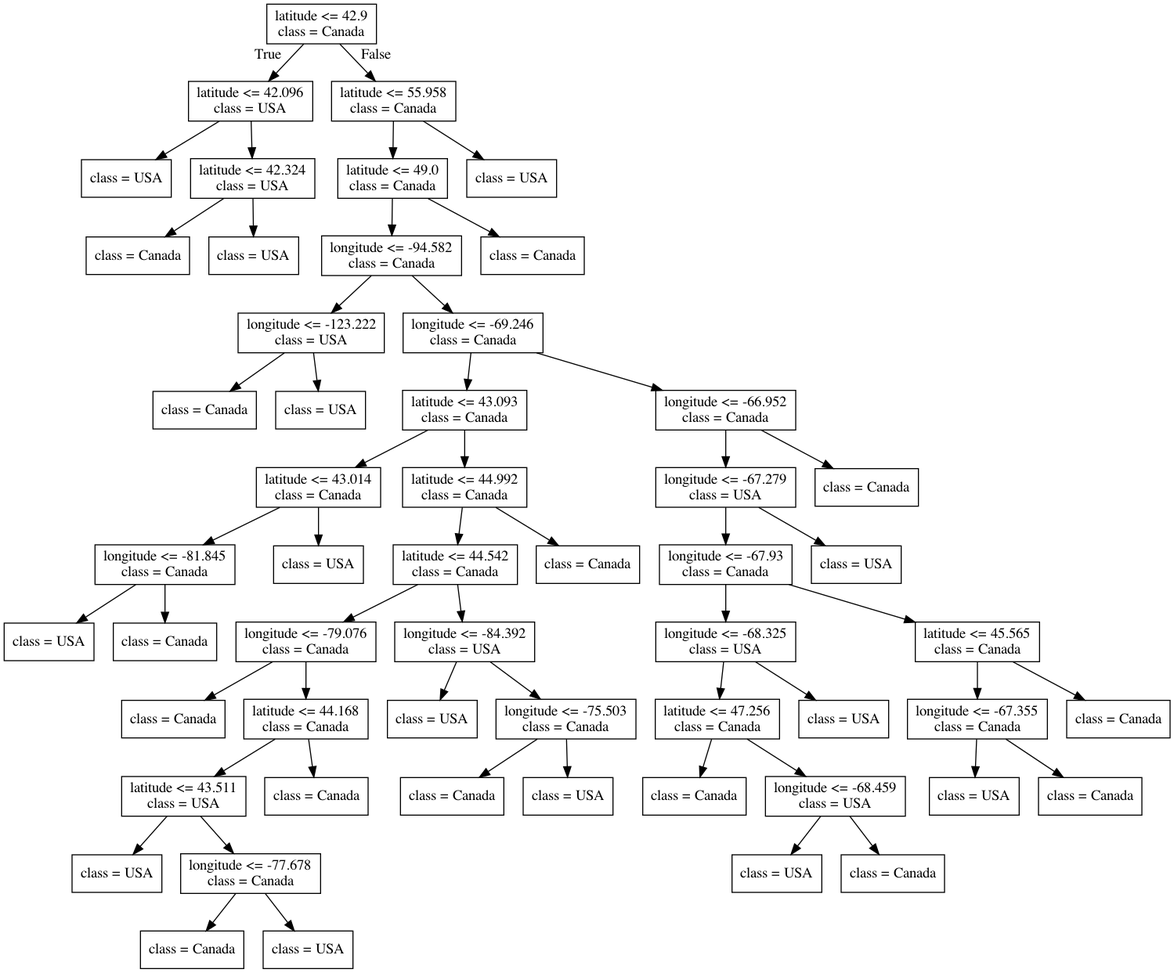
Earlier version of the Graphviz export lectures/Source.gv.png (bait509-ubc/BAIT509). Its source is kept beside it as lectures/Source.gv.
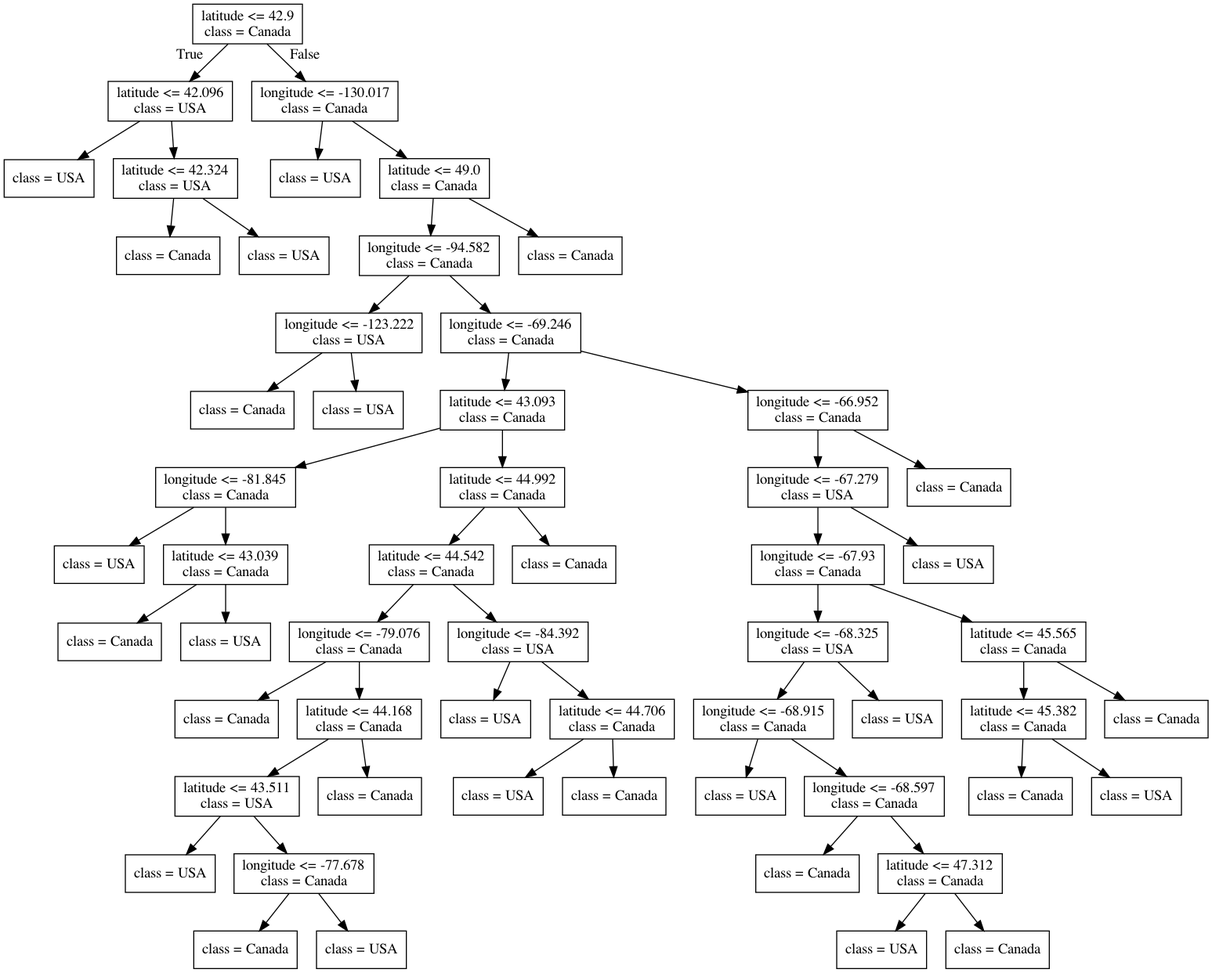
The same diagram one commit later.

Diff of the diagram source:
```diff
@@ -11,102 +11,106 @@
 3 -> 4 ;
 5 [label="class = USA"] ;
 3 -> 5 ;
-6 [label="latitude <= 55.958\nclass = Canada"] ;
+6 [label="longitude <= -130.017\nclass = Canada"] ;
 0 -> 6 [labeldistance=2.5, labelangle=-45, headlabel="False"] ;
-7 [label="latitude <= 49.0\nclass = Canada"] ;
+7 [label="class = USA"] ;
 6 -> 7 ;
-8 [label="longitude <= -94.582\nclass = Canada"] ;
-7 -> 8 ;
-9 [label="longitude <= -123.222\nclass = USA"] ;
+8 [label="latitude <= 49.0\nclass = Canada"] ;
+6 -> 8 ;
+9 [label="longitude <= -94.582\nclass = Canada"] ;
 8 -> 9 ;
-10 [label="class = Canada"] ;
+10 [label="longitude <= -123.222\nclass = USA"] ;
 9 -> 10 ;
-11 [label="class = USA"] ;
-9 -> 11 ;
-12 [label="longitude <= -69.246\nclass = Canada"] ;
-8 -> 12 ;
-13 [label="latitude <= 43.093\nclass = Canada"] ;
-12 -> 13 ;
-14 [label="latitude <= 43.014\nclass = Canada"] ;
+11 [label="class = Canada"] ;
+10 -> 11 ;
+12 [label="class = USA"] ;
+10 -> 12 ;
+13 [label="longitude <= -69.246\nclass = Canada"] ;
+9 -> 13 ;
+14 [label="latitude <= 43.093\nclass = Canada"] ;
 13 -> 14 ;
 15 [label="longitude <= -81.845\nclass = Canada"] ;
 14 -> 15 ;
 16 [label="class = USA"] ;
 15 -> 16 ;
-17 [label="class = Canada"] ;
+17 [label="latitude <= 43.039\nclass = Canada"] ;
 15 -> 17 ;
-18 [label="class = USA"] ;
-14 -> 18 ;
-19 [label="latitude <= 44.992\nclass = Canada"] ;
-13 -> 19 ;
-20 [label="latitude <= 44.542\nclass = Canada"] ;
-19 -> 20 ;
-21 [label="longitude <= -79.076\nclass = Canada"] ;
+18 [label="class = Canada"] ;
+17 -> 18 ;
+19 [label="class = USA"] ;
+17 -> 19 ;
+20 [label="latitude <= 44.992\nclass = Canada"] ;
+14 -> 20 ;
+21 [label="latitude <= 44.542\nclass = Canada"] ;
 20 -> 21 ;
-22 [label="class = Canada"] ;
+22 [label="longitude <= -79.076\nclass = Canada"] ;
 21 -> 22 ;
-23 [label="latitude <= 44.168\nclass = Canada"] ;
-21 -> 23 ;
-24 [label="latitude <= 43.511\nclass = USA"] ;
-23 -> 24 ;
-25 [label="class = USA"] ;
+23 [label="class = Canada"] ;
+22 -> 23 ;
+24 [label="latitude <= 44.168\nclass = Canada"] ;
+22 -> 24 ;
+25 [label="latitude <= 43.511\nclass = USA"] ;
 24 -> 25 ;
-26 [label="longitude <= -77.678\nclass = Canada"] ;
-24 -> 26 ;
-27 [label="class = Canada"] ;
-26 -> 27 ;
-28 [label="class = USA"] ;
-26 -> 28 ;
-29 [label="class = Canada"] ;
-23 -> 29 ;
-30 [label="longitude <= -84.392\nclass = USA"] ;
-20 -> 30 ;
-31 [label="class = USA"] ;
-30 -> 31 ;
-32 [label="longitude <= -75.503\nclass = Canada"] ;
-30 -> 32 ;
-33 [label="class = Canada"] ;
-32 -> 33 ;
+26 [label="class = USA"] ;
+25 -> 26 ;
+27 [label="longitude <= -77.678\nclass = Canada"] ;
+25 -> 27 ;
+28 [label="class = Canada"] ;
+27 -> 28 ;
+29 [label="class = USA"] ;
+27 -> 29 ;
+30 [label="class = Canada"] ;
+24 -> 30 ;
+31 [label="longitude <= -84.392\nclass = USA"] ;
+21 -> 31 ;
+32 [label="class = USA"] ;
+31 -> 32 ;
+33 [label="latitude <= 44.706\nclass = Canada"] ;
+31 -> 33 ;
 34 [label="class = USA"] ;
-32 -> 34 ;
+33 -> 34 ;
 35 [label="class = Canada"] ;
-19 -> 35 ;
-36 [label="longitude <= -66.952\nclass = Canada"] ;
-12 -> 36 ;
-37 [label="longitude <= -67.279\nclass = USA"] ;
-36 -> 37 ;
-38 [label="longitude <= -67.93\nclass = Canada"] ;
+33 -> 35 ;
+36 [label="class = Canada"] ;
+20 -> 36 ;
+37 [label="longitude <= -66.952\nclass = Canada"] ;
+13 -> 37 ;
+38 [label="longitude <= -67.279\nclass = USA"] ;
 37 -> 38 ;
-39 [label="longitude <= -68.325\nclass = USA"] ;
+39 [label="longitude <= -67.93\nclass = Canada"] ;
 38 -> 39 ;
-40 [label="latitude <= 47.256\nclass = Canada"] ;
+40 [label="longitude <= -68.325\nclass = USA"] ;
 39 -> 40 ;
-41 [label="class = Canada"] ;
+41 [label="longitude <= -68.915\nclass = Canada"] ;
 40 -> 41 ;
-42 [label="longitude <= -68.459\nclass = USA"] ;
-40 -> 42 ;
-43 [label="class = USA"] ;
-42 -> 43 ;
+42 [label="class = USA"] ;
+41 -> 42 ;
+43 [label="longitude <= -68.597\nclass = Canada"] ;
+41 -> 43 ;
 44 [label="class = Canada"] ;
-42 -> 44 ;
-45 [label="class = USA"] ;
-39 -> 45 ;
-46 [label="latitude <= 45.565\nclass = Canada"] ;
-38 -> 46 ;
-47 [label="longitude <= -67.355\nclass = Canada"] ;
-46 -> 47 ;
+43 -> 44 ;
+45 [label="latitude <= 47.312\nclass = Canada"] ;
+43 -> 45 ;
+46 [label="class = USA"] ;
+45 -> 46 ;
+47 [label="class = Canada"] ;
+45 -> 47 ;
 48 [label="class = USA"] ;
-47 -> 48 ;
-49 [label="class = Canada"] ;
-47 -> 49 ;
-50 [label="class = Canada"] ;
-46 -> 50 ;
-51 [label="class = USA"] ;
-37 -> 51 ;
-52 [label="class = Canada"] ;
-36 -> 52 ;
+40 -> 48 ;
+49 [label="latitude <= 45.565\nclass = Canada"] ;
+39 -> 49 ;
+50 [label="latitude <= 45.382\nclass = Canada"] ;
+49 -> 50 ;
+51 [label="class = Canada"] ;
+50 -> 51 ;
+52 [label="class = USA"] ;
+50 -> 52 ;
 53 [label="class = Canada"] ;
-7 -> 53 ;
+49 -> 53 ;
 54 [label="class = USA"] ;
-6 -> 54 ;
+38 -> 54 ;
+55 [label="class = Canada"] ;
+37 -> 55 ;
+56 [label="class = Canada"] ;
+8 -> 56 ;
 }
```
